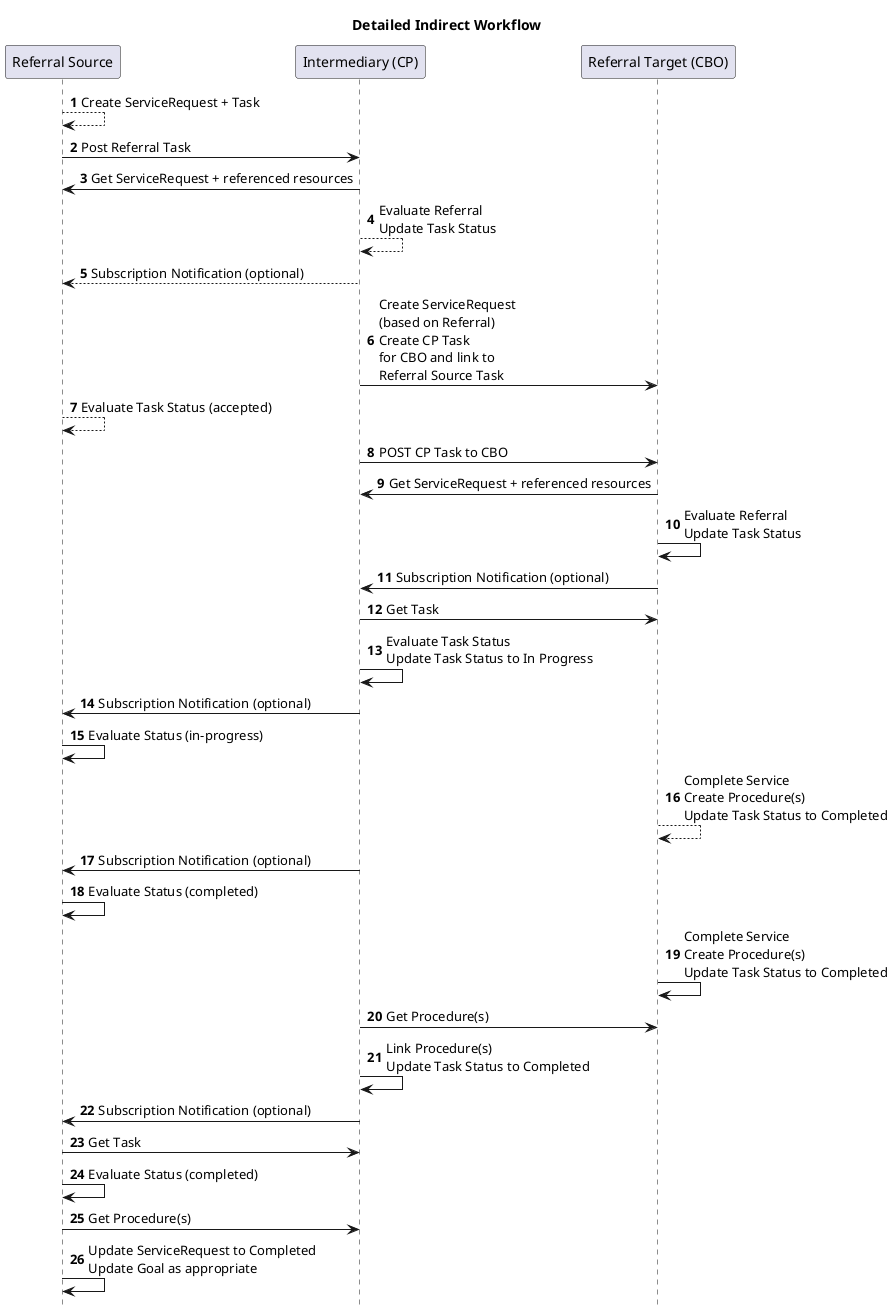
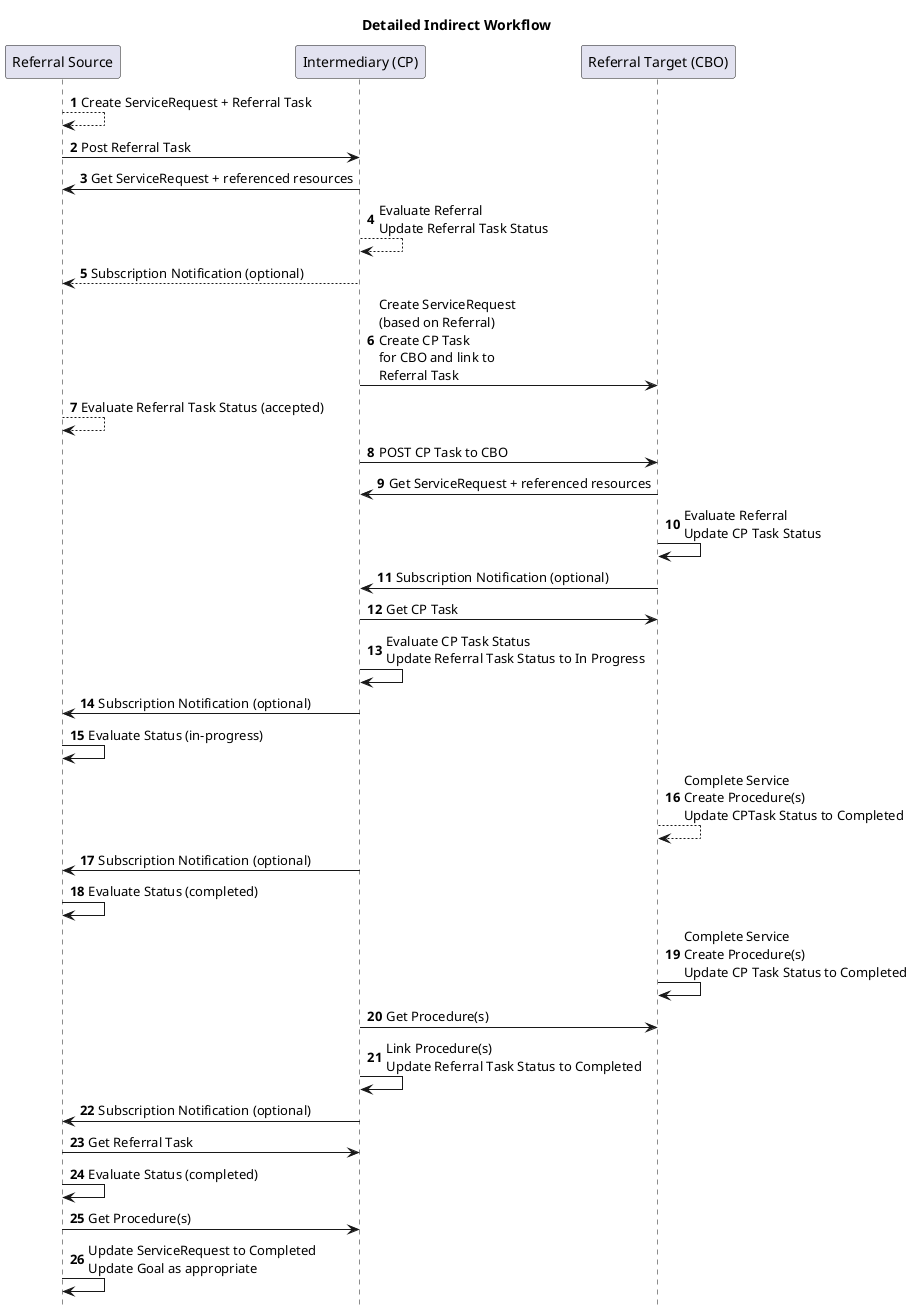
@startuml
/'!theme bluegray'/
title Detailed Indirect Workflow

participant "Referral Source" as A
participant "Intermediary (CP)" as B
participant "Referral Target (CBO)" as C

autonumber
- A --> A : Create ServiceRequest + Task
+ A --> A : Create ServiceRequest + Referral Task
A -> B : Post Referral Task

B -> A : Get ServiceRequest + referenced resources
- B --> B : Evaluate Referral\nUpdate Task Status
+ B --> B : Evaluate Referral\nUpdate Referral Task Status
B --> A : Subscription Notification (optional)

- B -> C : Create ServiceRequest\n(based on Referral)\nCreate CP Task\nfor CBO and link to\nReferral Source Task
- A --> A : Evaluate Task Status (accepted)
+ B -> C : Create ServiceRequest\n(based on Referral)\nCreate CP Task\nfor CBO and link to\nReferral Task
+ A --> A : Evaluate Referral Task Status (accepted)
B -> C : POST CP Task to CBO

C -> B : Get ServiceRequest + referenced resources
- C -> C : Evaluate Referral\nUpdate Task Status
+ C -> C : Evaluate Referral\nUpdate CP Task Status

C -> B : Subscription Notification (optional)
- B -> C : Get Task
+ B -> C : Get CP Task

- B -> B : Evaluate Task Status\nUpdate Task Status to In Progress
+ B -> B : Evaluate CP Task Status\nUpdate Referral Task Status to In Progress
B -> A : Subscription Notification (optional)
A -> A : Evaluate Status (in-progress)

- C --> C : Complete Service\nCreate Procedure(s)\nUpdate Task Status to Completed
+ C --> C : Complete Service\nCreate Procedure(s)\nUpdate CPTask Status to Completed
B -> A : Subscription Notification (optional)
A -> A : Evaluate Status (completed)

- C -> C : Complete Service\nCreate Procedure(s)\nUpdate Task Status to Completed
+ C -> C : Complete Service\nCreate Procedure(s)\nUpdate CP Task Status to Completed
B -> C : Get Procedure(s)

- B -> B : Link Procedure(s)\nUpdate Task Status to Completed
+ B -> B : Link Procedure(s)\nUpdate Referral Task Status to Completed
B -> A : Subscription Notification (optional)
- A -> B : Get Task
+ A -> B : Get Referral Task

A -> A : Evaluate Status (completed)
A -> B : Get Procedure(s)

A -> A : Update ServiceRequest to Completed\nUpdate Goal as appropriate
hide footbox
@enduml